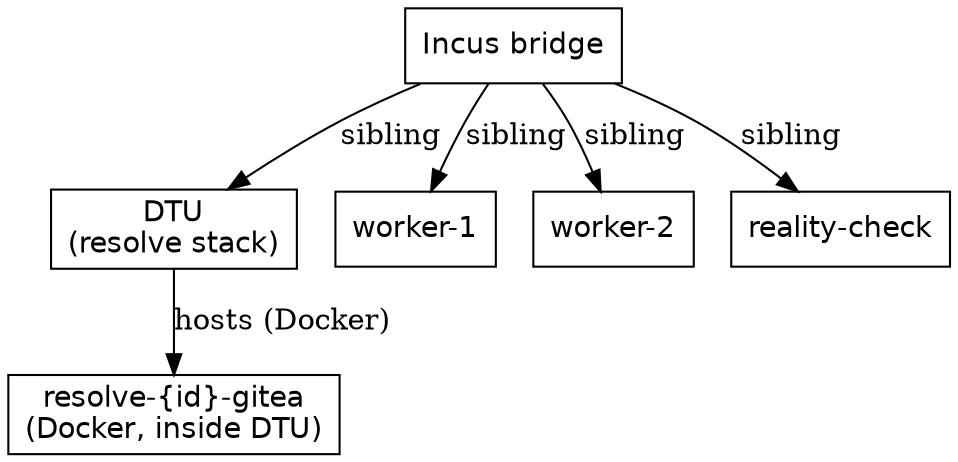
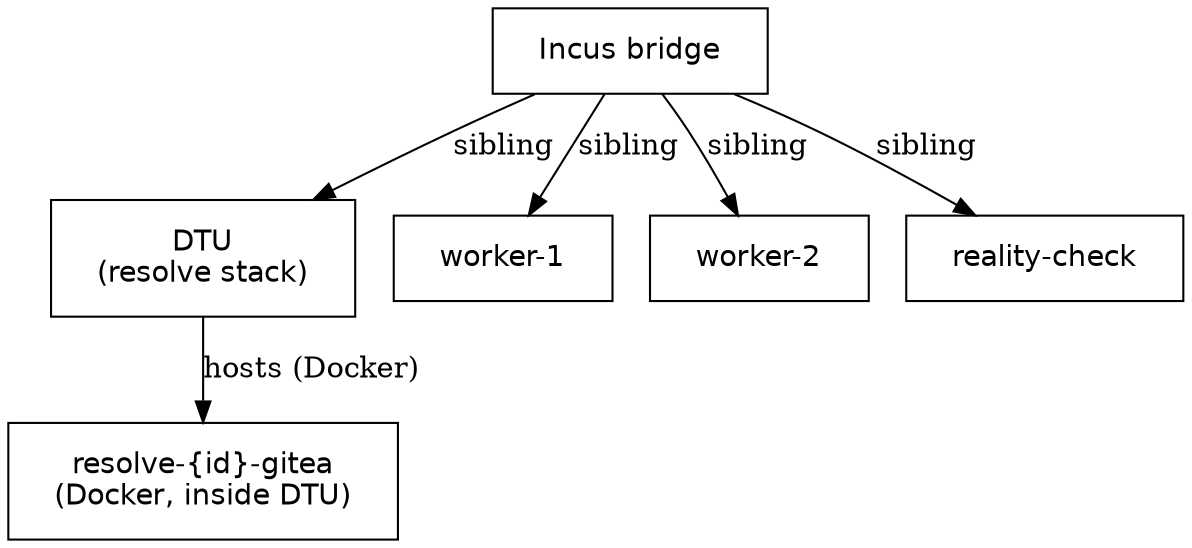
// DTU topology — workers and reality-check are Incus *siblings* of the DTU;
// the Gitea sidecar is a Docker container that lives INSIDE the DTU.
digraph dtu_topology {
  rankdir=TB;
-   node [shape=box, fontname="Helvetica"];
+   node [shape=box, fontsize=14, margin="0.3,0.18", fontname="Helvetica"];

-   bridge   [label="Incus bridge"];
-   dtu      [label="DTU\n(resolve stack)"];
-   worker1  [label="worker-1"];
-   worker2  [label="worker-2"];
-   rcheck   [label="reality-check"];
-   gitea    [label="resolve-{id}-gitea\n(Docker, inside DTU)"];
+   bridge   [class="runtime", label="Incus bridge"];
+   dtu      [class="platform", label="DTU\n(resolve stack)"];
+   worker1  [class="resolver", label="worker-1"];
+   worker2  [class="resolver", label="worker-2"];
+   rcheck   [class="resolver", label="reality-check"];
+   gitea    [class="provision", label="resolve-{id}-gitea\n(Docker, inside DTU)"];

  bridge -> dtu     [label="sibling"];
  bridge -> worker1 [label="sibling"];
  bridge -> worker2 [label="sibling"];
  bridge -> rcheck  [label="sibling"];
  dtu    -> gitea   [label="hosts (Docker)"];
}
